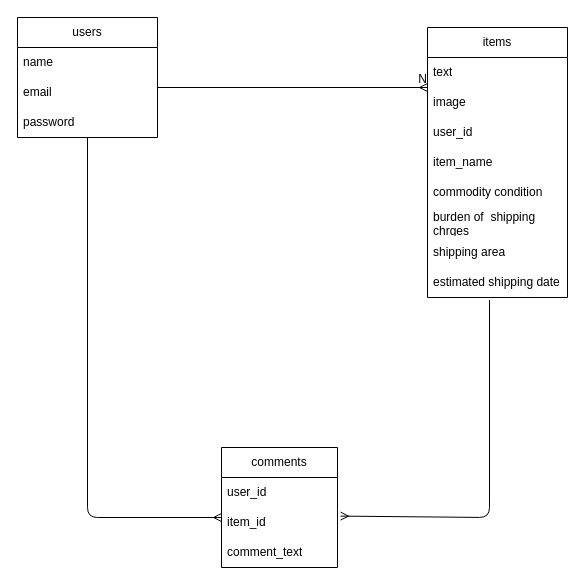
Earlier version of the draw.io diagram .dio (oberiberi/furima-39317). Source tidied: cells renumbered, new cells numbered last; positions are measured from the earlier drawing's top-left corner, leaving out a move shared by most shapes. Both pictures are drawn from the tidied source at 100%, with x=0, y=0 at pixel (17, 17).
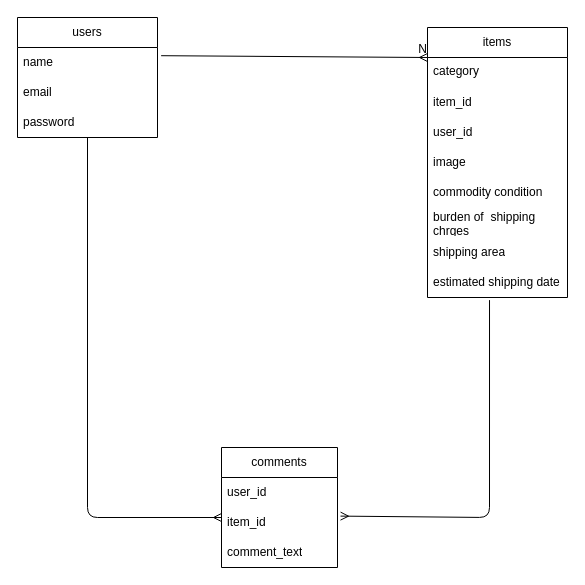
The same page after the edit.

The change refers to these unchanged cells:
```xml
<mxCell id="2" value="items" style="swimlane;fontStyle=0;horizontal=1;startSize=30;whiteSpace=wrap;html=1;" parent="1" vertex="1">
  <mxGeometry x="410" y="10" width="140" height="270" as="geometry" />
</mxCell>
<mxCell id="19" value="name" style="text;strokeColor=none;fillColor=none;align=left;verticalAlign=middle;spacingLeft=4;spacingRight=4;overflow=hidden;points=[[0,0.5],[1,0.5]];portConstraint=eastwest;whiteSpace=wrap;html=1;" parent="18" vertex="1">
  <mxGeometry y="30" width="140" height="30" as="geometry" />
</mxCell>
```

The edit, as a diff of the source:
```diff
@@
-    <mxCell id="3" value="text" style="text;strokeColor=none;fillColor=none;align=left;verticalAlign=middle;spacingLeft=4;spacingRight=4;overflow=hidden;whiteSpace=wrap;html=1;" parent="2" vertex="1">
-      <mxGeometry y="30" width="140" height="30" as="geometry" />
-    </mxCell>
+    <mxCell id="24" value="category" style="text;strokeColor=none;fillColor=none;spacingLeft=4;spacingRight=4;overflow=hidden;fontSize=12;" parent="2" vertex="1">
+      <mxGeometry y="30" width="140" height="30" as="geometry" />
+    </mxCell>
+    <mxCell id="6" value="item_id" style="text;strokeColor=none;fillColor=none;align=left;verticalAlign=middle;spacingLeft=4;spacingRight=4;overflow=hidden;whiteSpace=wrap;html=1;" parent="2" vertex="1">
+      <mxGeometry y="60" width="140" height="30" as="geometry" />
+    </mxCell>
+    <mxCell id="5" value="user_id" style="text;strokeColor=none;fillColor=none;align=left;verticalAlign=middle;spacingLeft=4;spacingRight=4;overflow=hidden;whiteSpace=wrap;html=1;" parent="2" vertex="1">
+      <mxGeometry y="90" width="140" height="30" as="geometry" />
+    </mxCell>
     <mxCell id="4" value="image" style="text;strokeColor=none;fillColor=none;align=left;verticalAlign=middle;spacingLeft=4;spacingRight=4;overflow=hidden;points=[[0,0.5],[1,0.5]];portConstraint=eastwest;whiteSpace=wrap;html=1;" parent="2" vertex="1">
-      <mxGeometry y="60" width="140" height="30" as="geometry" />
+      <mxGeometry y="120" width="140" height="30" as="geometry" />
     </mxCell>
-    <mxCell id="5" value="user_id" style="text;strokeColor=none;fillColor=none;align=left;verticalAlign=middle;spacingLeft=4;spacingRight=4;overflow=hidden;whiteSpace=wrap;html=1;" parent="2" vertex="1">
-      <mxGeometry y="90" width="140" height="30" as="geometry" />
-    </mxCell>
-    <mxCell id="6" value="item_name" style="text;strokeColor=none;fillColor=none;align=left;verticalAlign=middle;spacingLeft=4;spacingRight=4;overflow=hidden;whiteSpace=wrap;html=1;" parent="2" vertex="1">
-      <mxGeometry y="120" width="140" height="30" as="geometry" />
-    </mxCell>
@@
-    <mxCell id="11" style="endArrow=ERmany;html=1;rounded=0;endFill=0;entryX=0;entryY=0;entryDx=0;entryDy=0;entryPerimeter=0;" parent="2" edge="1" target="4">
-      <mxGeometry relative="1" as="geometry">
-        <mxPoint x="-120" y="60" as="sourcePoint" />
-        <Array as="points">
-          <mxPoint x="-270" y="60" />
-        </Array>
-      </mxGeometry>
-    </mxCell>
-    <mxCell id="12" value="N" style="html=1;align=right;verticalAlign=bottom;" parent="11" vertex="1">
-      <mxGeometry x="1" relative="1" as="geometry" />
-    </mxCell>
@@
+    <mxCell id="25" style="endArrow=ERmany;html=1;rounded=0;endFill=0;exitX=1.026;exitY=0.273;exitDx=0;exitDy=0;exitPerimeter=0;" parent="1" edge="1" source="19">
+      <mxGeometry relative="1" as="geometry">
+        <mxPoint x="410" y="40" as="targetPoint" />
+      </mxGeometry>
+    </mxCell>
+    <mxCell id="12" value="N" style="html=1;align=right;verticalAlign=bottom;" parent="25" vertex="1">
+      <mxGeometry x="1" relative="1" as="geometry" />
+    </mxCell>
```
